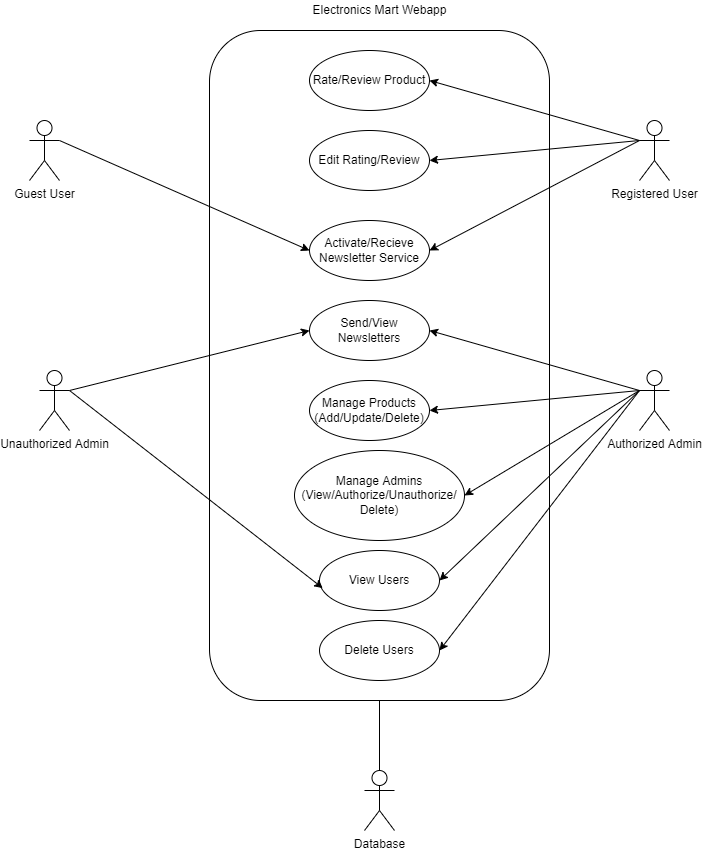
mohitleo03/Software-Engineering-Project-Management keeps this draw.io diagram as Use case diagram/UseCase v2.0.png. Above is the earlier version. Source tidied: cells renumbered, new cells last; positions are measured from the earlier drawing's top-left corner, leaving out a move shared by most shapes.
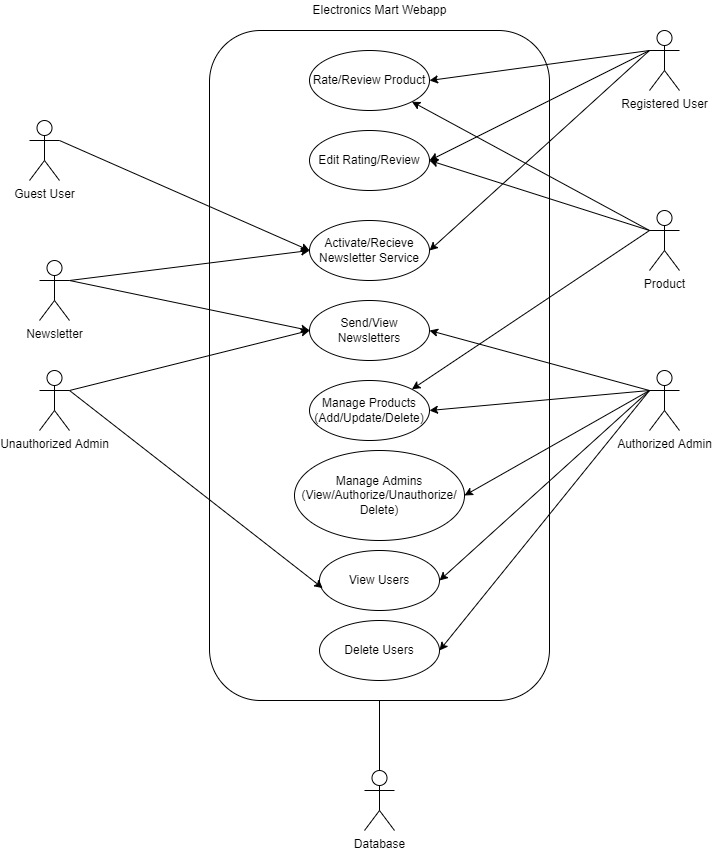
The same file after the commit.

Change to the diagram source:
```diff
@@ -9,10 +9,10 @@
       <mxGeometry y="120" width="30" height="60" as="geometry" />
     </mxCell>
     <mxCell id="4" value="Authorized Admin" style="shape=umlActor;verticalLabelPosition=bottom;verticalAlign=top;html=1;outlineConnect=0;" parent="1" vertex="1">
-      <mxGeometry x="610" y="370" width="30" height="60" as="geometry" />
+      <mxGeometry x="620" y="370" width="30" height="60" as="geometry" />
     </mxCell>
     <mxCell id="5" value="Registered User" style="shape=umlActor;verticalLabelPosition=bottom;verticalAlign=top;html=1;outlineConnect=0;" parent="1" vertex="1">
-      <mxGeometry x="610" y="120" width="30" height="60" as="geometry" />
+      <mxGeometry x="620" y="30" width="30" height="60" as="geometry" />
     </mxCell>
     <mxCell id="6" value="Unauthorized Admin" style="shape=umlActor;verticalLabelPosition=bottom;verticalAlign=top;html=1;outlineConnect=0;" parent="1" vertex="1">
       <mxGeometry x="10" y="370" width="30" height="60" as="geometry" />
@@ -83,5 +83,26 @@
     <mxCell id="28" style="endArrow=none;html=1;rounded=0;entryX=0.5;entryY=1;entryDx=0;entryDy=0;exitX=0.5;exitY=0;exitDx=0;exitDy=0;exitPerimeter=0;" parent="1" edge="1" source="27" target="2">
       <mxGeometry relative="1" as="geometry" />
     </mxCell>
+    <mxCell id="29" value="Newsletter" style="shape=umlActor;verticalLabelPosition=bottom;verticalAlign=top;html=1;outlineConnect=0;" parent="1" vertex="1">
+      <mxGeometry x="10" y="260" width="30" height="60" as="geometry" />
+    </mxCell>
+    <mxCell id="30" style="endArrow=classic;html=1;rounded=0;exitX=1;exitY=0.3333333333333333;exitDx=0;exitDy=0;exitPerimeter=0;entryX=0;entryY=0.5;entryDx=0;entryDy=0;" parent="1" edge="1" source="29" target="10">
+      <mxGeometry relative="1" as="geometry" />
+    </mxCell>
+    <mxCell id="31" style="endArrow=classic;html=1;rounded=0;exitX=1;exitY=0.3333333333333333;exitDx=0;exitDy=0;exitPerimeter=0;entryX=0;entryY=0.5;entryDx=0;entryDy=0;" parent="1" edge="1" source="29" target="11">
+      <mxGeometry relative="1" as="geometry" />
+    </mxCell>
+    <mxCell id="32" value="Product" style="shape=umlActor;verticalLabelPosition=bottom;verticalAlign=top;html=1;outlineConnect=0;" parent="1" vertex="1">
+      <mxGeometry x="620" y="210" width="30" height="60" as="geometry" />
+    </mxCell>
+    <mxCell id="33" style="endArrow=classic;html=1;rounded=0;exitX=0;exitY=0.3333333333333333;exitDx=0;exitDy=0;exitPerimeter=0;entryX=1;entryY=1;entryDx=0;entryDy=0;" parent="1" edge="1" source="32" target="7">
+      <mxGeometry relative="1" as="geometry" />
+    </mxCell>
+    <mxCell id="34" style="endArrow=classic;html=1;rounded=0;exitX=0;exitY=0.3333333333333333;exitDx=0;exitDy=0;exitPerimeter=0;entryX=1;entryY=0.5;entryDx=0;entryDy=0;" parent="1" edge="1" source="32" target="9">
+      <mxGeometry relative="1" as="geometry" />
+    </mxCell>
+    <mxCell id="35" style="endArrow=classic;html=1;rounded=0;exitX=0;exitY=0.3333333333333333;exitDx=0;exitDy=0;exitPerimeter=0;entryX=1;entryY=0;entryDx=0;entryDy=0;" parent="1" edge="1" source="32" target="12">
+      <mxGeometry relative="1" as="geometry" />
+    </mxCell>
   </root>
 </mxGraphModel>
```
